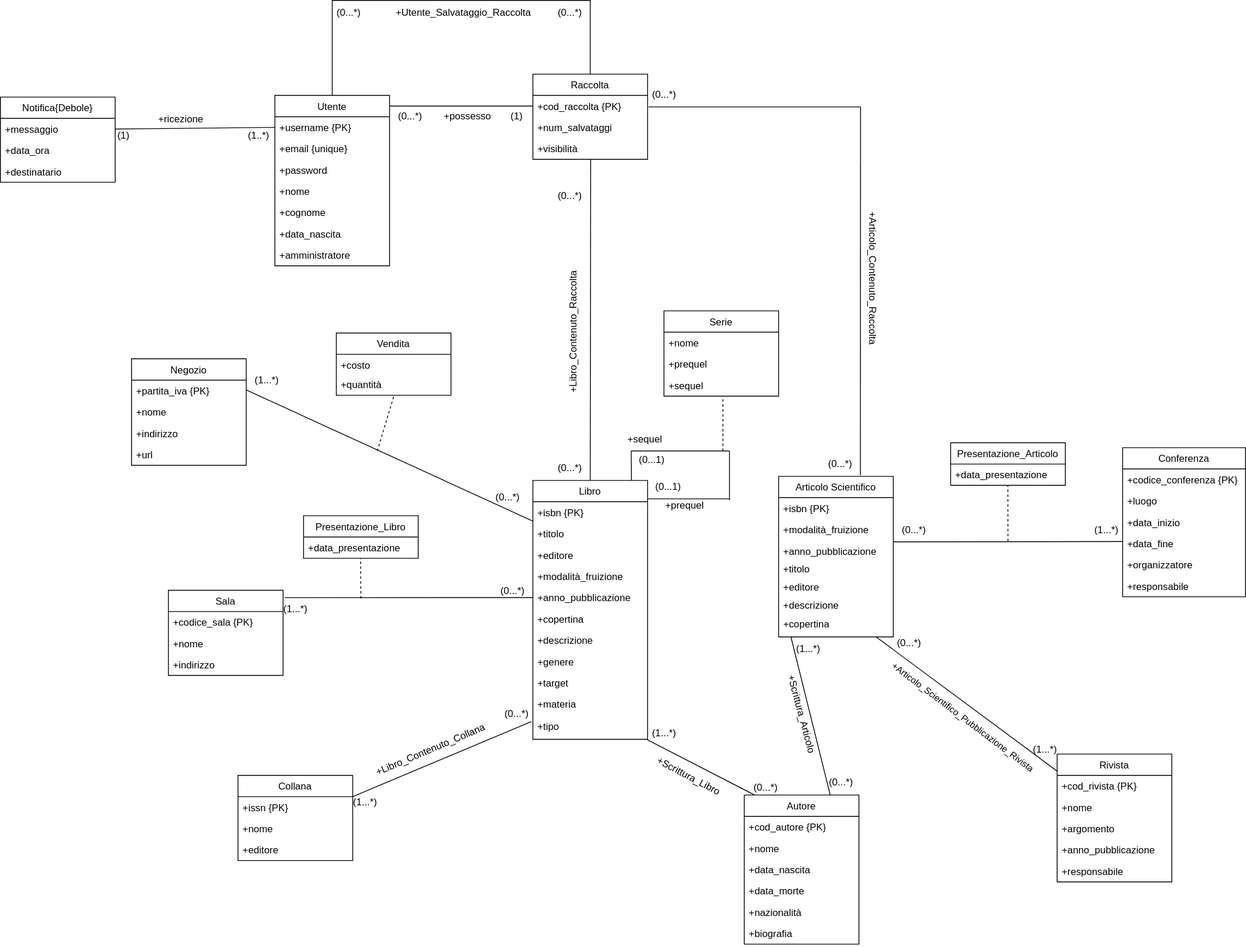
Above: progettazione_concettuale/Modello_Concettuale_Ristrutturato.drawio.svg in m3tt0/Progetto_OB_BASI (draw.io), before the change. Source tidied: cells renumbered, new cells last; positions are measured from the earlier drawing's top-left corner, leaving out a move shared by most shapes.
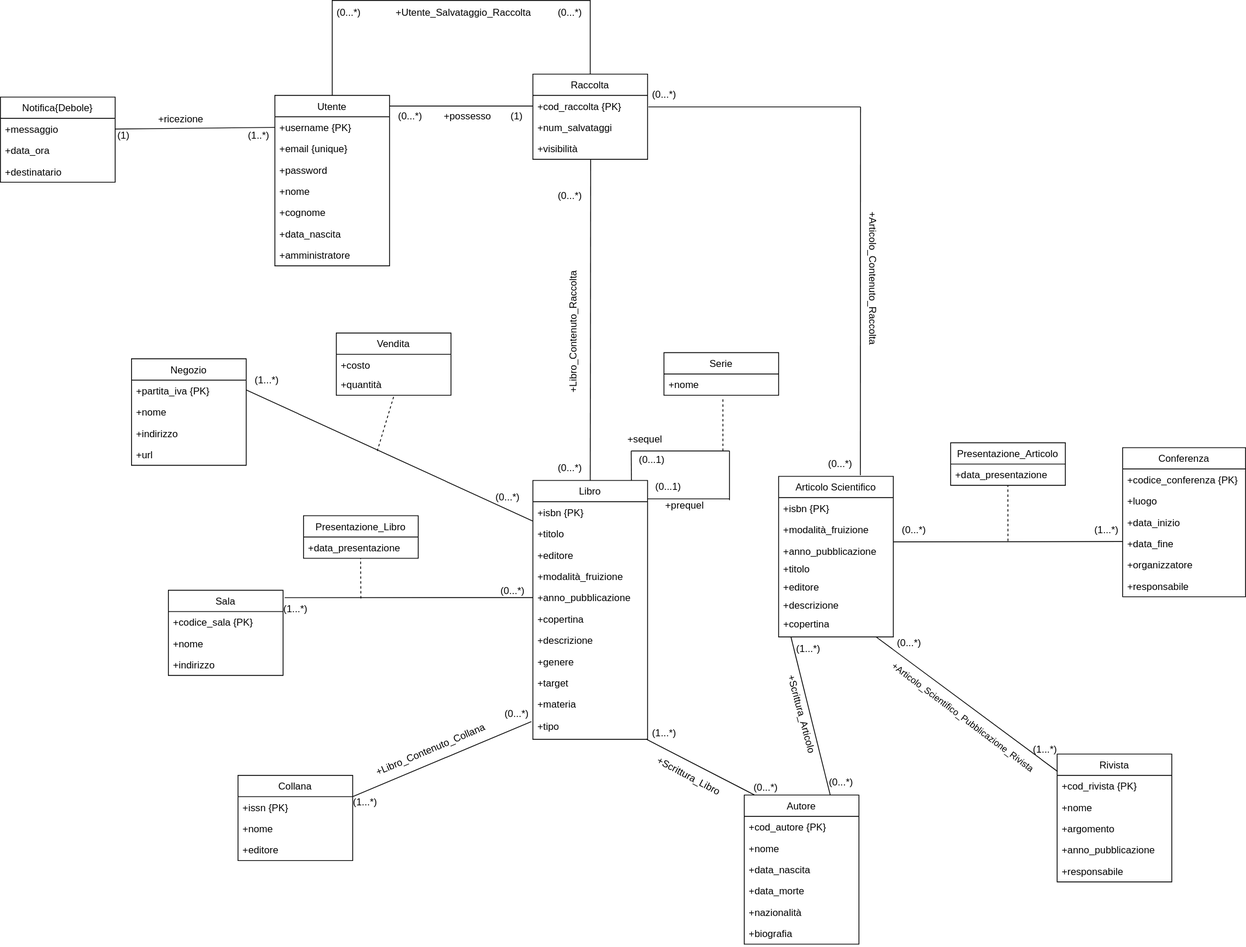
Later version of the same file.

Change to the diagram source:
```diff
@@ -400,17 +400,11 @@
       <mxGeometry x="1000" y="551" width="50" height="30" as="geometry" />
     </mxCell>
     <mxCell id="125" value="Serie" style="swimlane;fontStyle=0;horizontal=1;startSize=26;fillColor=none;" parent="1" vertex="1">
-      <mxGeometry x="810" y="379" width="140" height="104" as="geometry" />
+      <mxGeometry x="810" y="430" width="140" height="52" as="geometry" />
     </mxCell>
     <mxCell id="126" value="+nome" style="text;strokeColor=none;fillColor=none;align=left;verticalAlign=top;spacingLeft=4;spacingRight=4;overflow=hidden;" parent="125" vertex="1">
       <mxGeometry y="26" width="140" height="26" as="geometry" />
     </mxCell>
-    <mxCell id="127" value="+prequel" style="text;strokeColor=none;fillColor=none;align=left;verticalAlign=top;spacingLeft=4;spacingRight=4;overflow=hidden;" parent="125" vertex="1">
-      <mxGeometry y="52" width="140" height="26" as="geometry" />
-    </mxCell>
-    <mxCell id="128" value="+sequel" style="text;strokeColor=none;fillColor=none;align=left;verticalAlign=top;spacingLeft=4;spacingRight=4;overflow=hidden;" parent="125" vertex="1">
-      <mxGeometry y="78" width="140" height="26" as="geometry" />
-    </mxCell>
     <mxCell id="129" style="endArrow=none;dashed=1;html=1;rounded=0;" parent="1" edge="1">
       <mxGeometry relative="1" as="geometry">
         <mxPoint x="882" y="550" as="sourcePoint" />
```
